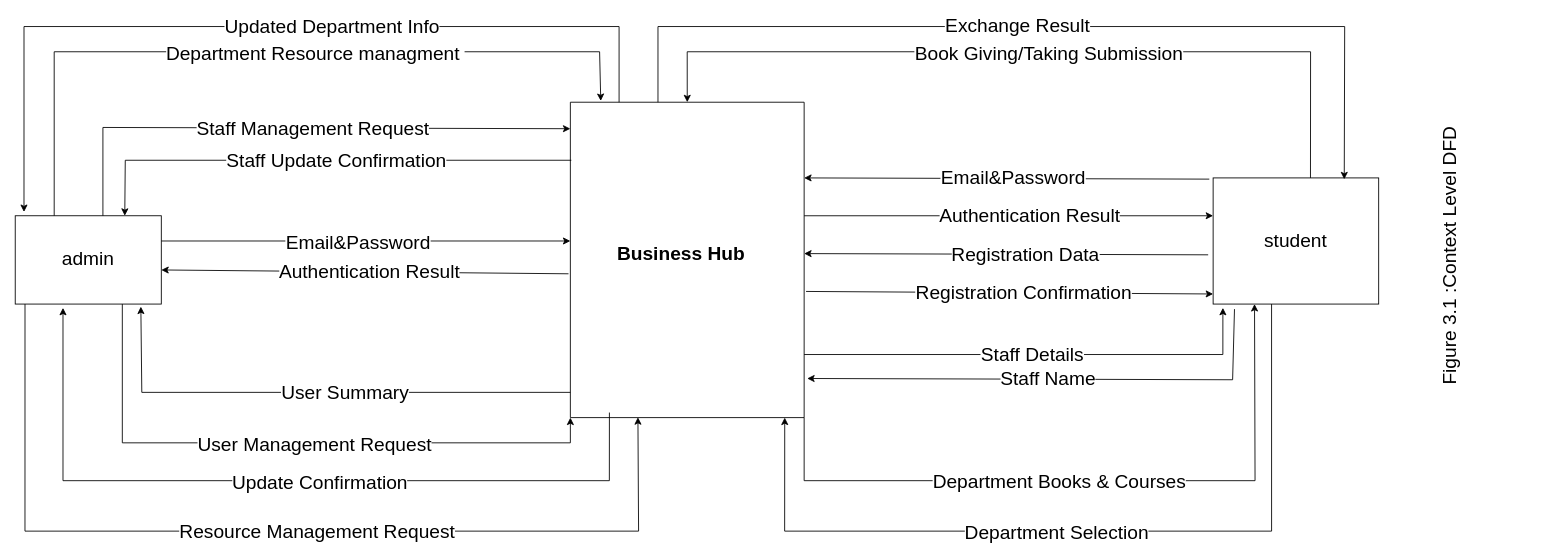
Above: Graduate Project LOCAL/Documentation/Report 2/DFD/Old/ContextLevell.drawio in Abood299/MIS-Team (draw.io), before the change. Source tidied: cells renumbered, new cells numbered last; positions are measured from the earlier drawing's top-left corner, leaving out a move shared by most shapes. Both pictures are drawn from the tidied source at 87%, with x=0, y=0 at pixel (15, 26).
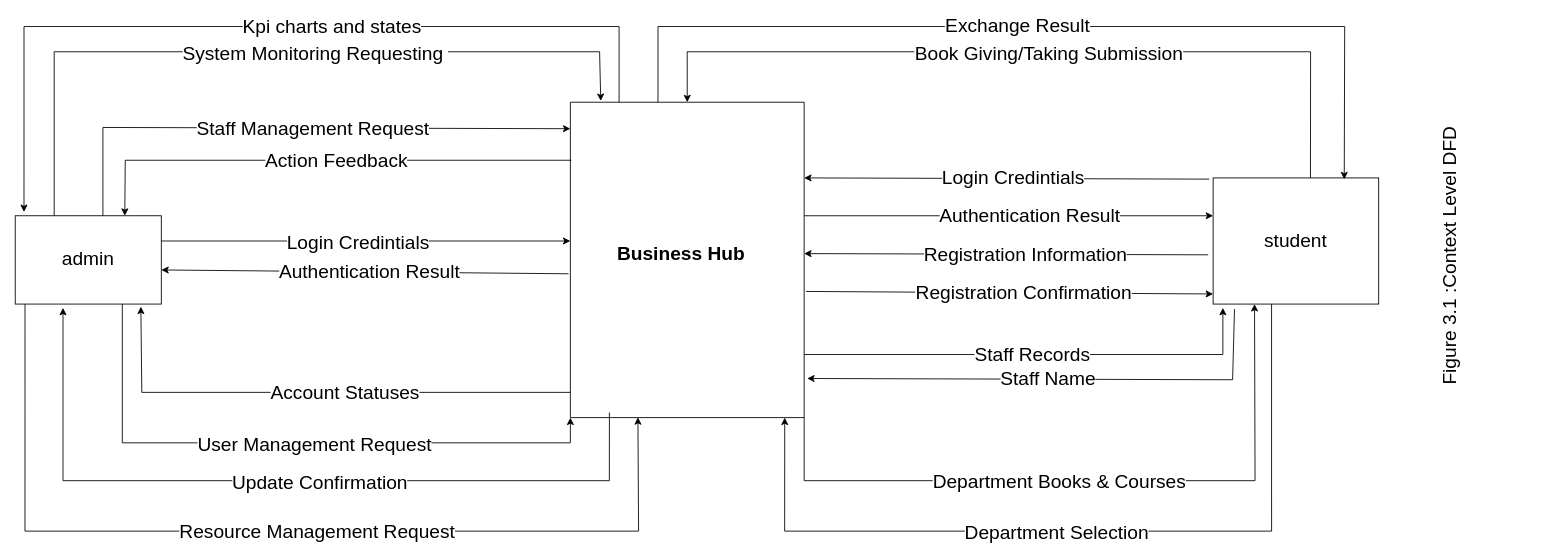
The same page after the edit.

Unchanged cells that the change refers to:
```xml
<mxCell id="6" style="endArrow=classic;html=1;rounded=0;exitX=1;exitY=0.25;exitDx=0;exitDy=0;fontSize=22;" parent="2" edge="1">
  <mxGeometry relative="1" as="geometry">
    <mxPoint x="167.9" y="246.5" as="sourcePoint" />
    <mxPoint x="638.1" y="246.5" as="targetPoint" />
  </mxGeometry>
</mxCell>
<mxCell id="10" style="endArrow=classic;html=1;rounded=0;exitX=0;exitY=0.92;exitDx=0;exitDy=0;exitPerimeter=0;entryX=0.86;entryY=1.029;entryDx=0;entryDy=0;entryPerimeter=0;fontSize=22;" parent="2" edge="1" source="3" target="5">
  <mxGeometry relative="1" as="geometry">
    <Array as="points">
      <mxPoint x="145.5" y="420.5" />
    </Array>
  </mxGeometry>
</mxCell>
<mxCell id="14" style="endArrow=classic;html=1;rounded=0;exitX=0.004;exitY=0.184;exitDx=0;exitDy=0;exitPerimeter=0;entryX=0.75;entryY=0;entryDx=0;entryDy=0;fontSize=22;" parent="2" edge="1" source="3" target="5">
  <mxGeometry relative="1" as="geometry">
    <Array as="points">
      <mxPoint x="126.5" y="153.7" />
    </Array>
  </mxGeometry>
</mxCell>
<mxCell id="18" style="endArrow=classic;html=1;rounded=0;entryX=0.06;entryY=-0.043;entryDx=0;entryDy=0;entryPerimeter=0;fontSize=22;" parent="2" edge="1" target="5">
  <mxGeometry relative="1" as="geometry">
    <mxPoint x="694.1" y="87" as="sourcePoint" />
    <Array as="points">
      <mxPoint x="694.1" />
      <mxPoint x="10.1" />
    </Array>
  </mxGeometry>
</mxCell>
<mxCell id="20" style="endArrow=classic;html=1;rounded=0;entryX=0.13;entryY=-0.004;entryDx=0;entryDy=0;entryPerimeter=0;fontSize=22;" parent="2" edge="1" target="3">
  <mxGeometry relative="1" as="geometry">
    <mxPoint x="44.8" y="217.5" as="sourcePoint" />
    <Array as="points">
      <mxPoint x="44.8" y="29" />
      <mxPoint x="671.7" y="29" />
    </Array>
  </mxGeometry>
</mxCell>
<mxCell id="31" style="endArrow=classic;html=1;rounded=0;exitX=0;exitY=0.4;exitDx=0;exitDy=0;exitPerimeter=0;fontSize=22;" parent="2" edge="1">
  <mxGeometry relative="1" as="geometry">
    <mxPoint x="1372.5" y="175.4" as="sourcePoint" />
    <mxPoint x="906.8" y="174" as="targetPoint" />
  </mxGeometry>
</mxCell>
<mxCell id="35" style="endArrow=classic;html=1;rounded=0;exitX=-0.012;exitY=0.9;exitDx=0;exitDy=0;exitPerimeter=0;entryX=1.013;entryY=0.596;entryDx=0;entryDy=0;entryPerimeter=0;fontSize=22;" parent="2" edge="1">
  <mxGeometry relative="1" as="geometry">
    <mxPoint x="1371.2" y="262.4" as="sourcePoint" />
    <mxPoint x="906.8" y="261" as="targetPoint" />
  </mxGeometry>
</mxCell>
<mxCell id="37" style="endArrow=classic;html=1;rounded=0;entryX=0.059;entryY=1.03;entryDx=0;entryDy=0;entryPerimeter=0;fontSize=22;" parent="2" edge="1" target="26">
  <mxGeometry relative="1" as="geometry">
    <mxPoint x="906.8" y="377" as="sourcePoint" />
    <Array as="points">
      <mxPoint x="1388.1" y="377" />
    </Array>
  </mxGeometry>
</mxCell>
```

What changed in the source:
```diff
@@
-    <mxCell id="7" value="Email&amp;amp;Password" style="edgeLabel;html=1;align=center;verticalAlign=middle;fontSize=22;" parent="6" vertex="1">
+    <mxCell id="7" value="&lt;font style=&quot;font-size: 22px;&quot;&gt;Login Credintials&lt;/font&gt;" style="edgeLabel;html=1;align=center;verticalAlign=middle;fontSize=22;" parent="6" vertex="1">
       <mxGeometry x="-0.04" y="-2" relative="1" as="geometry" />
     </mxCell>
@@
-    <mxCell id="11" value="User Summary" style="edgeLabel;html=1;align=center;verticalAlign=middle;fontSize=22;" parent="10" vertex="1">
+    <mxCell id="11" value="&lt;font style=&quot;font-size: 22px;&quot;&gt;Account Statuses&lt;/font&gt;" style="edgeLabel;html=1;align=center;verticalAlign=middle;fontSize=22;" parent="10" vertex="1">
       <mxGeometry x="-0.12" y="1" relative="1" as="geometry" />
     </mxCell>
@@
-    <mxCell id="15" value="Staff Update Confirmation" style="edgeLabel;html=1;align=center;verticalAlign=middle;fontSize=22;" parent="14" vertex="1">
+    <mxCell id="15" value="Action Feedback" style="edgeLabel;html=1;align=center;verticalAlign=middle;fontSize=22;" parent="14" vertex="1">
       <mxGeometry x="-0.06" y="1" relative="1" as="geometry" />
     </mxCell>
@@
-    <mxCell id="19" value="Updated Department Info" style="edgeLabel;html=1;align=center;verticalAlign=middle;fontSize=22;" parent="18" vertex="1">
+    <mxCell id="19" value="Kpi charts and states" style="edgeLabel;html=1;align=center;verticalAlign=middle;fontSize=22;" parent="18" vertex="1">
       <mxGeometry x="-0.15" relative="1" as="geometry" />
     </mxCell>
@@
-    <mxCell id="21" value="Department Resource managment&amp;nbsp;" style="edgeLabel;html=1;align=center;verticalAlign=middle;fontSize=22;" parent="20" vertex="1">
+    <mxCell id="21" value="System Monitoring Requesting&amp;nbsp;" style="edgeLabel;html=1;align=center;verticalAlign=middle;fontSize=22;" parent="20" vertex="1">
       <mxGeometry x="0.12" y="-2" relative="1" as="geometry" />
     </mxCell>
@@
-    <mxCell id="32" value="Email&amp;amp;Password" style="edgeLabel;html=1;align=center;verticalAlign=middle;fontSize=22;" parent="31" vertex="1">
+    <mxCell id="32" value="Login Credintials" style="edgeLabel;html=1;align=center;verticalAlign=middle;fontSize=22;" parent="31" vertex="1">
       <mxGeometry x="-0.03" y="-1" relative="1" as="geometry" />
     </mxCell>
@@
-    <mxCell id="36" value="Registration Data" style="edgeLabel;html=1;align=center;verticalAlign=middle;fontSize=22;" parent="35" vertex="1">
+    <mxCell id="36" value="Registration Information" style="edgeLabel;html=1;align=center;verticalAlign=middle;fontSize=22;" parent="35" vertex="1">
       <mxGeometry x="-0.09" y="1" relative="1" as="geometry" />
     </mxCell>
@@
-    <mxCell id="38" value="Staff Details" style="edgeLabel;html=1;align=center;verticalAlign=middle;fontSize=22;" parent="37" vertex="1">
+    <mxCell id="38" value="Staff Records" style="edgeLabel;html=1;align=center;verticalAlign=middle;fontSize=22;" parent="37" vertex="1">
       <mxGeometry x="-0.02" relative="1" as="geometry" />
     </mxCell>
```
